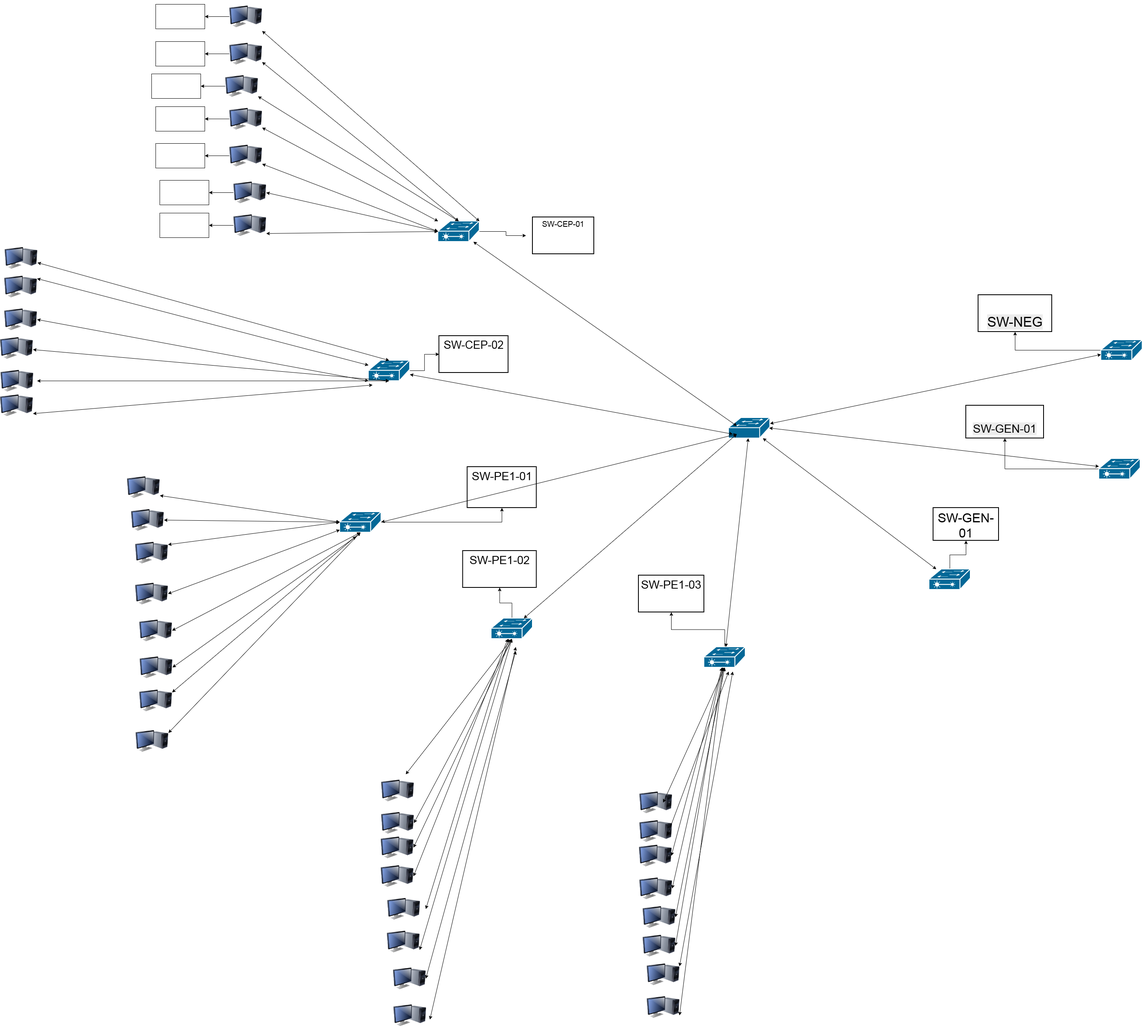
Earlier version of the draw.io export H.drawio.png (hrezapour21-blip/hasanafa). Source tidied: cells renumbered, new cells last; positions are measured from the earlier drawing's top-left corner, leaving out a move shared by most shapes.
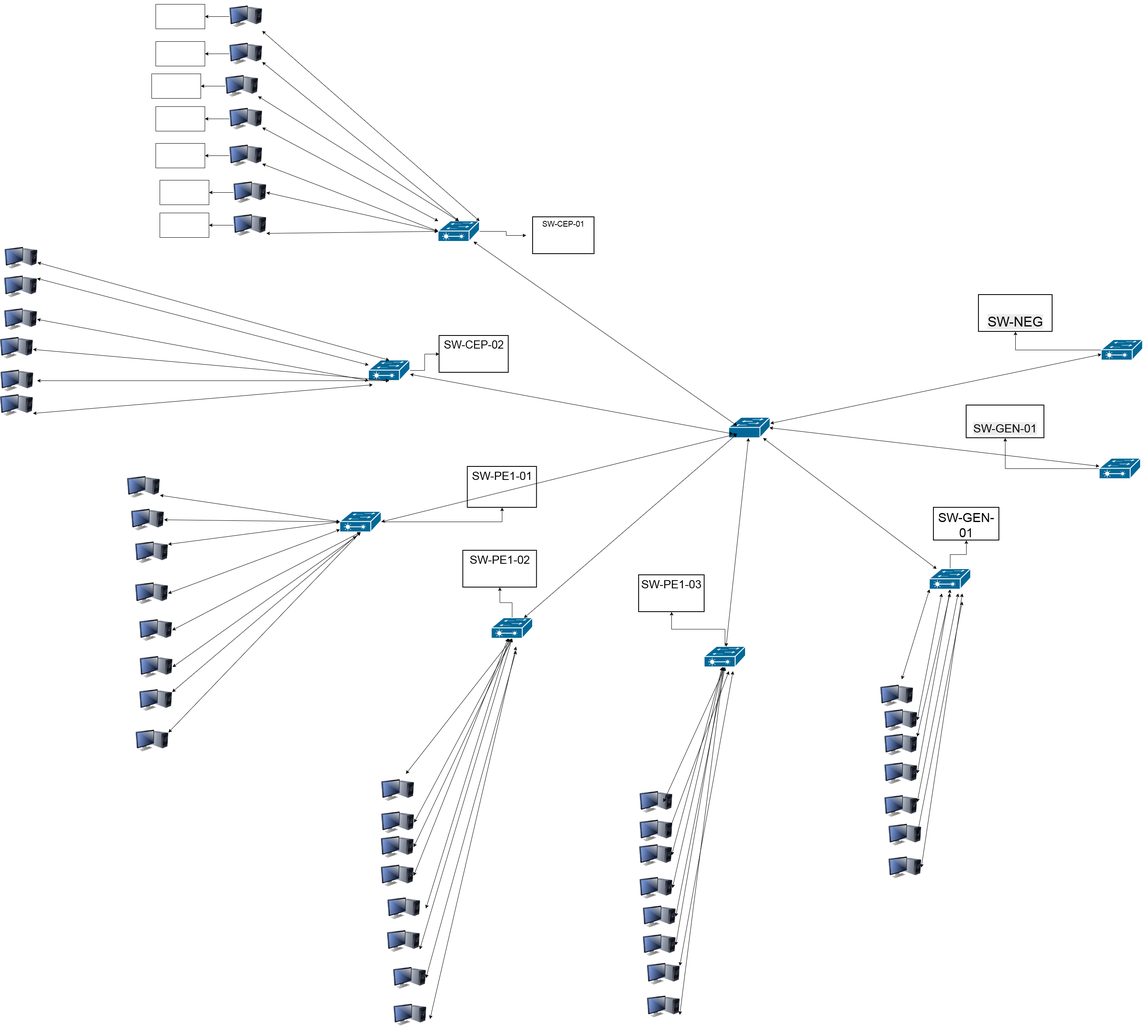
Later version of the same file.

What changed in the source:
```diff
@@ -397,5 +397,59 @@
     <mxCell id="124" style="endArrow=classic;startArrow=classic;html=1;rounded=0;defaultLabelBackgroundColor=gap;exitX=1;exitY=0.75;exitDx=0;exitDy=0;" parent="64" edge="1" source="116" target="10">
       <mxGeometry relative="1" as="geometry" />
     </mxCell>
+    <mxCell id="125" style="image;html=1;image=img/lib/clip_art/computers/Monitor_Tower_128x128.png;labelPerimeter=1;" parent="64" vertex="1">
+      <mxGeometry x="2150" y="1660" width="80" height="80" as="geometry" />
+    </mxCell>
+    <mxCell id="126" style="html=1;image=img/lib/clip_art/computers/Monitor_Tower_128x128.png;labelPerimeter=1;shape=image;labelBackgroundColor=default;verticalAlign=top;verticalLabelPosition=bottom;" parent="64" vertex="1">
+      <mxGeometry x="2160" y="1720" width="80" height="80" as="geometry" />
+    </mxCell>
+    <mxCell id="127" style="image;html=1;image=img/lib/clip_art/computers/Monitor_Tower_128x128.png;labelPerimeter=1;" parent="64" vertex="1">
+      <mxGeometry x="2160" y="1780" width="80" height="80" as="geometry" />
+    </mxCell>
+    <mxCell id="128" style="image;html=1;image=img/lib/clip_art/computers/Monitor_Tower_128x128.png;labelPerimeter=1;" parent="64" vertex="1">
+      <mxGeometry x="2160" y="1850" width="80" height="80" as="geometry" />
+    </mxCell>
+    <mxCell id="129" style="image;html=1;image=img/lib/clip_art/computers/Monitor_Tower_128x128.png;labelPerimeter=1;" parent="64" vertex="1">
+      <mxGeometry x="2160" y="1930" width="80" height="80" as="geometry" />
+    </mxCell>
+    <mxCell id="130" style="image;html=1;image=img/lib/clip_art/computers/Monitor_Tower_128x128.png;labelPerimeter=1;" parent="64" vertex="1">
+      <mxGeometry x="2170" y="2000" width="80" height="80" as="geometry" />
+    </mxCell>
+    <mxCell id="131" style="image;html=1;image=img/lib/clip_art/computers/Monitor_Tower_128x128.png;labelPerimeter=1;" parent="64" vertex="1">
+      <mxGeometry x="2170" y="2080" width="80" height="80" as="geometry" />
+    </mxCell>
+    <mxCell id="132" style="endArrow=classic;startArrow=classic;html=1;rounded=0;defaultLabelBackgroundColor=gap;entryX=0;entryY=1;entryDx=0;entryDy=0;entryPerimeter=0;" parent="64" edge="1" source="125" target="12">
+      <mxGeometry relative="1" as="geometry" />
+    </mxCell>
+    <mxCell id="133" style="endArrow=classic;startArrow=classic;html=1;rounded=0;defaultLabelBackgroundColor=gap;exitX=1;exitY=0.5;exitDx=0;exitDy=0;" parent="64" edge="1" source="126">
+      <mxGeometry relative="1" as="geometry">
+        <mxPoint x="2300" y="1450" as="targetPoint" />
+      </mxGeometry>
+    </mxCell>
+    <mxCell id="134" style="endArrow=classic;startArrow=classic;html=1;rounded=0;defaultLabelBackgroundColor=gap;exitX=1;exitY=0.25;exitDx=0;exitDy=0;" parent="64" edge="1" source="127">
+      <mxGeometry relative="1" as="geometry">
+        <mxPoint x="2320" y="1450" as="targetPoint" />
+      </mxGeometry>
+    </mxCell>
+    <mxCell id="135" style="endArrow=classic;startArrow=classic;html=1;rounded=0;defaultLabelBackgroundColor=gap;entryX=0.5;entryY=1;entryDx=0;entryDy=0;entryPerimeter=0;exitX=1;exitY=0.5;exitDx=0;exitDy=0;" parent="64" edge="1" source="128" target="12">
+      <mxGeometry relative="1" as="geometry" />
+    </mxCell>
+    <mxCell id="136" style="endArrow=classic;startArrow=classic;html=1;rounded=0;defaultLabelBackgroundColor=gap;" parent="64" edge="1">
+      <mxGeometry relative="1" as="geometry">
+        <mxPoint x="2240" y="1960" as="sourcePoint" />
+        <mxPoint x="2340" y="1450" as="targetPoint" />
+      </mxGeometry>
+    </mxCell>
+    <mxCell id="137" style="endArrow=classic;startArrow=classic;html=1;rounded=0;defaultLabelBackgroundColor=gap;" parent="64" edge="1">
+      <mxGeometry relative="1" as="geometry">
+        <mxPoint x="2240" y="2040" as="sourcePoint" />
+        <mxPoint x="2350" y="1470" as="targetPoint" />
+      </mxGeometry>
+    </mxCell>
+    <mxCell id="138" style="endArrow=classic;startArrow=classic;html=1;rounded=0;defaultLabelBackgroundColor=gap;exitX=1;exitY=0.5;exitDx=0;exitDy=0;" parent="64" edge="1" source="131">
+      <mxGeometry relative="1" as="geometry">
+        <mxPoint x="2350" y="1450" as="targetPoint" />
+      </mxGeometry>
+    </mxCell>
   </root>
 </mxGraphModel>
```
